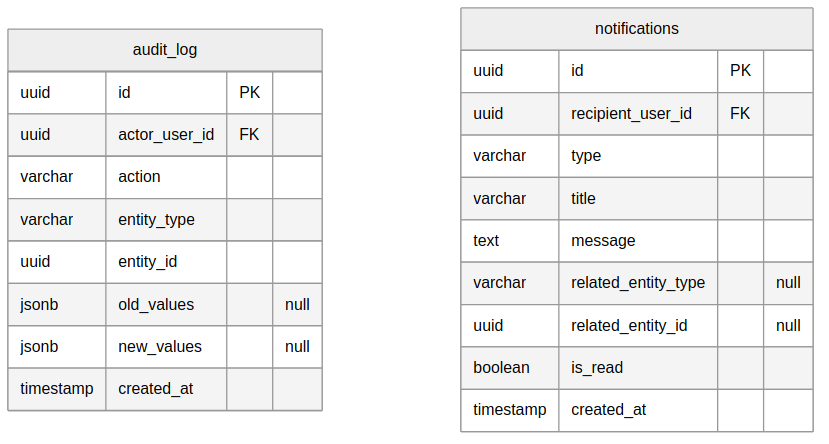
Above: docs/01-modelo-datos/der_m6.png in EXCOFFee/acalud (Mermaid), before the change. Its source is kept beside it as docs/01-modelo-datos/der_m6.mmd.
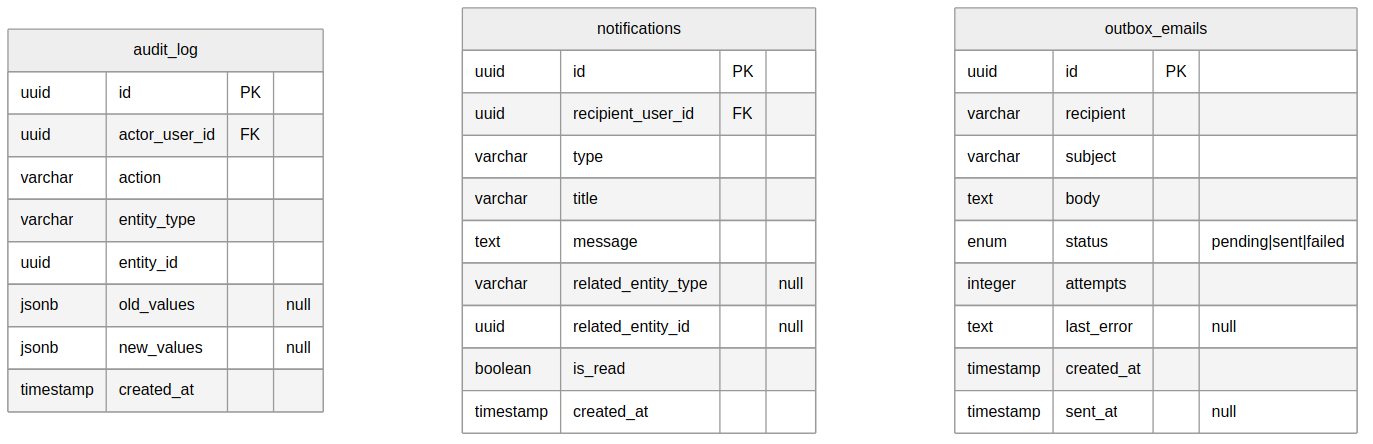
Later version of the same file.

What changed in the source:
```diff
@@ -20,3 +20,14 @@
     boolean is_read
     timestamp created_at
   }
+  outbox_emails {
+    uuid id PK
+    varchar recipient
+    varchar subject
+    text body
+    enum status "pending|sent|failed"
+    integer attempts
+    text last_error "null"
+    timestamp created_at
+    timestamp sent_at "null"
+  }
```
